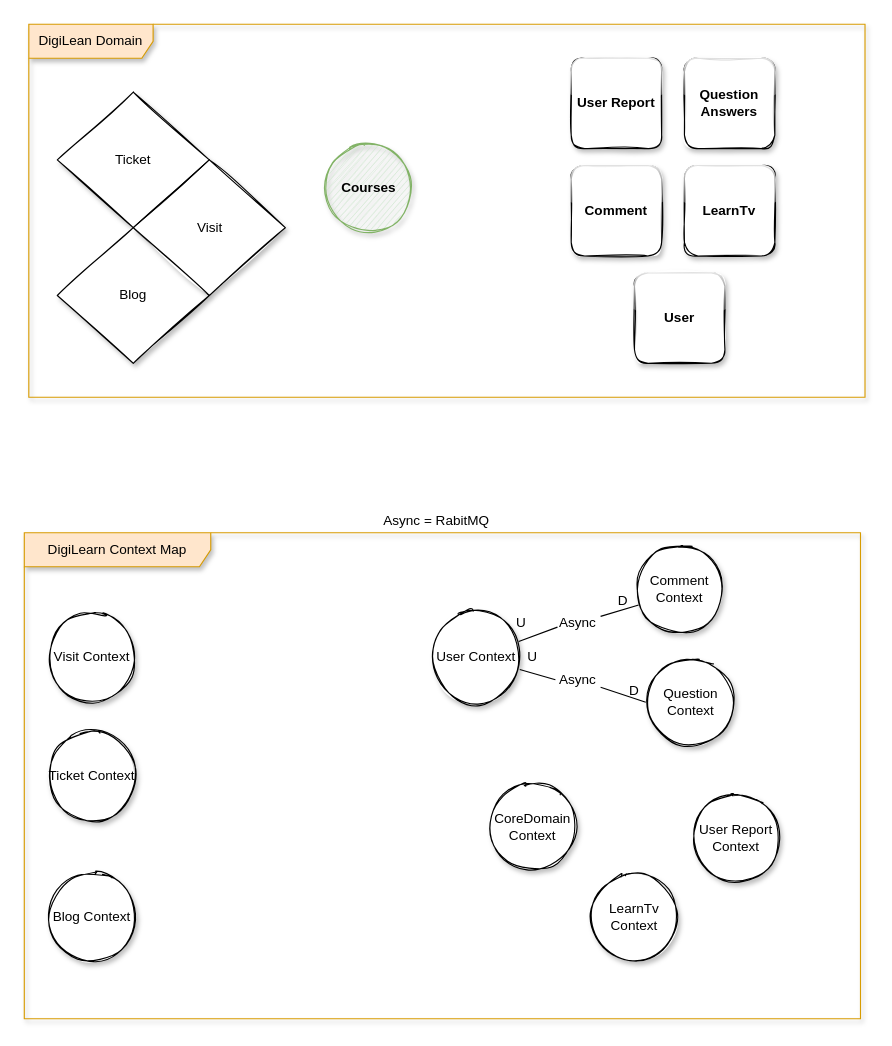
This is docs/SubDomains.drawio from mohammad-ashrafi2020/DigiLearn, a draw.io file, before an edit. Source tidied: cells renumbered, new cells numbered last; positions are measured from the earlier drawing's top-left corner, leaving out a move shared by most shapes. Both pictures are drawn from the tidied source at 113%, with x=0, y=0 at pixel (24, 24).
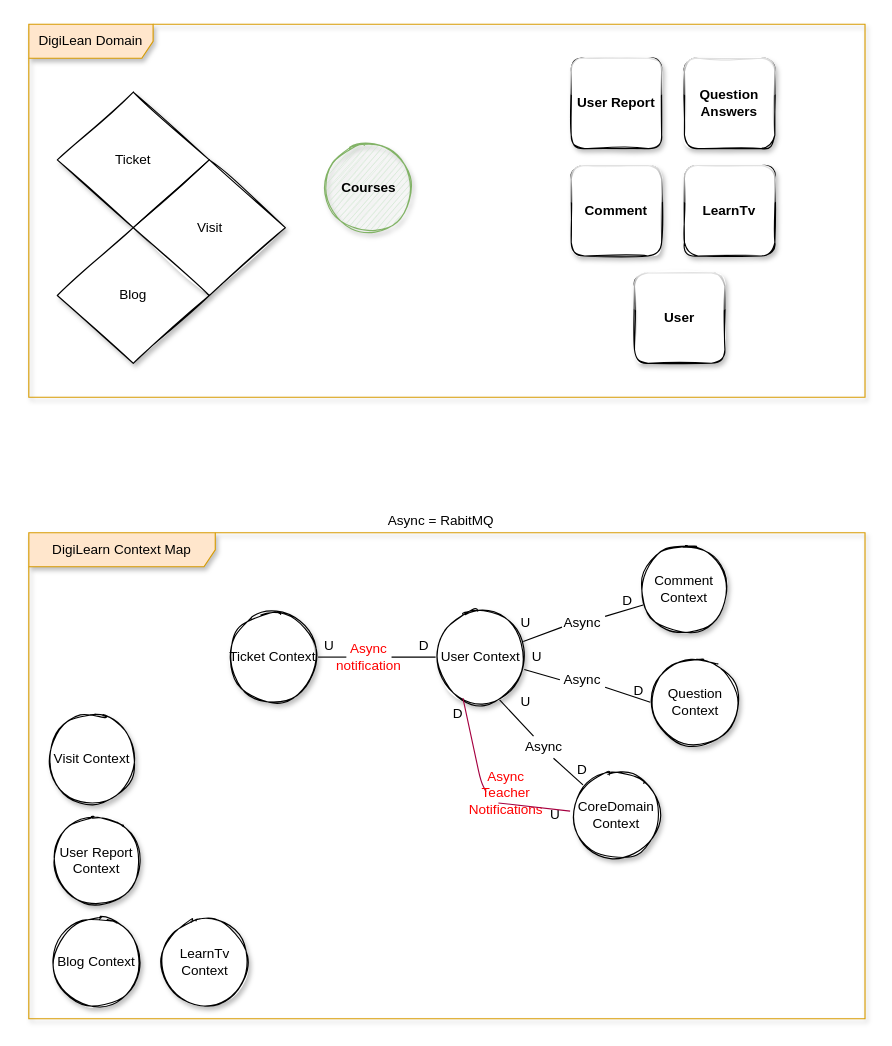
The same page after the edit.

Unchanged cells that the change refers to:
```xml
<mxCell id="10" value="User Context" style="ellipse;whiteSpace=wrap;html=1;rounded=0;shadow=1;glass=1;sketch=1;gradientColor=none;" parent="2" vertex="1">
  <mxGeometry x="360" y="90" width="80" height="80" as="geometry" />
</mxCell>
```

Change to the diagram source:
```diff
@@
     <mxCell id="2" style="group;" parent="1" vertex="1">
-      <mxGeometry y="430" width="740" height="450" as="geometry" />
+      <mxGeometry x="4" y="430" width="740" height="450" as="geometry" />
     </mxCell>
@@
     <mxCell id="5" value="LearnTv Context" style="ellipse;whiteSpace=wrap;html=1;rounded=0;shadow=1;glass=1;sketch=1;gradientColor=none;" parent="2" vertex="1">
-      <mxGeometry x="500" y="320" width="80" height="80" as="geometry" />
+      <mxGeometry x="116" y="360" width="80" height="80" as="geometry" />
     </mxCell>
     <mxCell id="6" value="User Report Context" style="ellipse;whiteSpace=wrap;html=1;rounded=0;shadow=1;glass=1;sketch=1;gradientColor=none;" parent="2" vertex="1">
-      <mxGeometry x="590" y="250" width="80" height="80" as="geometry" />
+      <mxGeometry x="20" y="270" width="80" height="80" as="geometry" />
     </mxCell>
     <mxCell id="7" value="Blog Context" style="ellipse;whiteSpace=wrap;html=1;rounded=0;shadow=1;glass=1;sketch=1;gradientColor=none;" parent="2" vertex="1">
-      <mxGeometry x="20" y="320" width="80" height="80" as="geometry" />
+      <mxGeometry x="20" y="360" width="80" height="80" as="geometry" />
     </mxCell>
     <mxCell id="8" value="Visit Context" style="ellipse;whiteSpace=wrap;html=1;rounded=0;shadow=1;glass=1;sketch=1;gradientColor=none;" parent="2" vertex="1">
-      <mxGeometry x="20" y="90" width="80" height="80" as="geometry" />
+      <mxGeometry x="16" y="180" width="80" height="80" as="geometry" />
     </mxCell>
     <mxCell id="9" value="Ticket Context" style="ellipse;whiteSpace=wrap;html=1;rounded=0;shadow=1;glass=1;sketch=1;gradientColor=none;" parent="2" vertex="1">
-      <mxGeometry x="20" y="195" width="80" height="80" as="geometry" />
+      <mxGeometry x="176" y="90" width="80" height="80" as="geometry" />
     </mxCell>
@@
     <mxCell id="11" value="CoreDomain Context" style="ellipse;whiteSpace=wrap;html=1;rounded=0;shadow=1;glass=1;sketch=1;gradientColor=none;" parent="2" vertex="1">
-      <mxGeometry x="410" y="240" width="80" height="80" as="geometry" />
+      <mxGeometry x="480" y="230" width="80" height="80" as="geometry" />
     </mxCell>
@@
+    <mxCell id="36" style="endArrow=none;html=1;entryX=0.708;entryY=0.974;entryDx=0;entryDy=0;entryPerimeter=0;" parent="2" edge="1" source="37" target="10">
+      <mxGeometry relative="1" as="geometry" />
+    </mxCell>
+    <mxCell id="37" value="Async" style="text;html=1;strokeColor=none;fillColor=none;align=center;verticalAlign=middle;whiteSpace=wrap;rounded=0;" parent="2" vertex="1">
+      <mxGeometry x="436" y="200" width="40" height="20" as="geometry" />
+    </mxCell>
+    <mxCell id="38" style="endArrow=none;html=1;entryX=0.708;entryY=0.974;entryDx=0;entryDy=0;entryPerimeter=0;" parent="2" edge="1" source="11" target="37">
+      <mxGeometry relative="1" as="geometry" />
+    </mxCell>
+    <mxCell id="39" value="U" style="text;html=1;strokeColor=none;fillColor=none;align=center;verticalAlign=middle;whiteSpace=wrap;rounded=0;shadow=1;glass=1;sketch=1;" parent="2" vertex="1">
+      <mxGeometry x="420" y="160" width="40" height="20" as="geometry" />
+    </mxCell>
+    <mxCell id="40" value="D" style="text;html=1;strokeColor=none;fillColor=none;align=center;verticalAlign=middle;whiteSpace=wrap;rounded=0;shadow=1;glass=1;sketch=1;" parent="2" vertex="1">
+      <mxGeometry x="470" y="220" width="40" height="20" as="geometry" />
+    </mxCell>
+    <mxCell id="41" style="endArrow=none;html=1;exitX=-0.012;exitY=0.454;exitDx=0;exitDy=0;exitPerimeter=0;entryX=0.302;entryY=0.954;entryDx=0;entryDy=0;entryPerimeter=0;fillColor=#d80073;strokeColor=#A50040;" parent="2" edge="1" source="44" target="10">
+      <mxGeometry relative="1" as="geometry">
+        <Array as="points">
+          <mxPoint x="400" y="240" />
+        </Array>
+      </mxGeometry>
+    </mxCell>
+    <mxCell id="42" value="U" style="text;html=1;strokeColor=none;fillColor=none;align=center;verticalAlign=middle;whiteSpace=wrap;rounded=0;shadow=1;glass=1;sketch=1;" parent="2" vertex="1">
+      <mxGeometry x="446" y="260" width="40" height="20" as="geometry" />
+    </mxCell>
+    <mxCell id="43" value="D" style="text;html=1;strokeColor=none;fillColor=none;align=center;verticalAlign=middle;whiteSpace=wrap;rounded=0;shadow=1;glass=1;sketch=1;" parent="2" vertex="1">
+      <mxGeometry x="360" y="170" width="40" height="20" as="geometry" />
+    </mxCell>
+    <mxCell id="44" value="Async&lt;br&gt;Teacher Notifications" style="text;html=1;strokeColor=none;fillColor=none;align=center;verticalAlign=middle;whiteSpace=wrap;rounded=0;fontColor=#FF0000;" parent="2" vertex="1">
+      <mxGeometry x="405" y="240" width="35" height="20" as="geometry" />
+    </mxCell>
+    <mxCell id="45" style="endArrow=none;html=1;exitX=-0.012;exitY=0.454;exitDx=0;exitDy=0;exitPerimeter=0;entryX=0.302;entryY=0.954;entryDx=0;entryDy=0;entryPerimeter=0;fillColor=#d80073;strokeColor=#A50040;" parent="2" edge="1" source="11" target="44">
+      <mxGeometry relative="1" as="geometry" />
+    </mxCell>
+    <mxCell id="46" style="endArrow=none;html=1;fontColor=#FF0000;entryX=0;entryY=0.5;entryDx=0;entryDy=0;" parent="2" edge="1" source="49" target="10">
+      <mxGeometry relative="1" as="geometry" />
+    </mxCell>
+    <mxCell id="47" value="U" style="text;html=1;strokeColor=none;fillColor=none;align=center;verticalAlign=middle;whiteSpace=wrap;rounded=0;shadow=1;glass=1;sketch=1;" parent="2" vertex="1">
+      <mxGeometry x="246" y="110" width="40" height="20" as="geometry" />
+    </mxCell>
+    <mxCell id="48" value="D" style="text;html=1;strokeColor=none;fillColor=none;align=center;verticalAlign=middle;whiteSpace=wrap;rounded=0;shadow=1;glass=1;sketch=1;" parent="2" vertex="1">
+      <mxGeometry x="330" y="110" width="40" height="20" as="geometry" />
+    </mxCell>
+    <mxCell id="49" value="Async&lt;br&gt;&lt;div&gt;&lt;span&gt;notification&lt;/span&gt;&lt;/div&gt;" style="text;html=1;strokeColor=none;fillColor=none;align=center;verticalAlign=middle;whiteSpace=wrap;rounded=0;fontColor=#FF0000;" parent="2" vertex="1">
+      <mxGeometry x="281" y="120" width="40" height="20" as="geometry" />
+    </mxCell>
+    <mxCell id="50" style="endArrow=none;html=1;fontColor=#FF0000;entryX=0;entryY=0.5;entryDx=0;entryDy=0;" parent="2" edge="1" source="9" target="49">
+      <mxGeometry relative="1" as="geometry" />
+    </mxCell>
```
